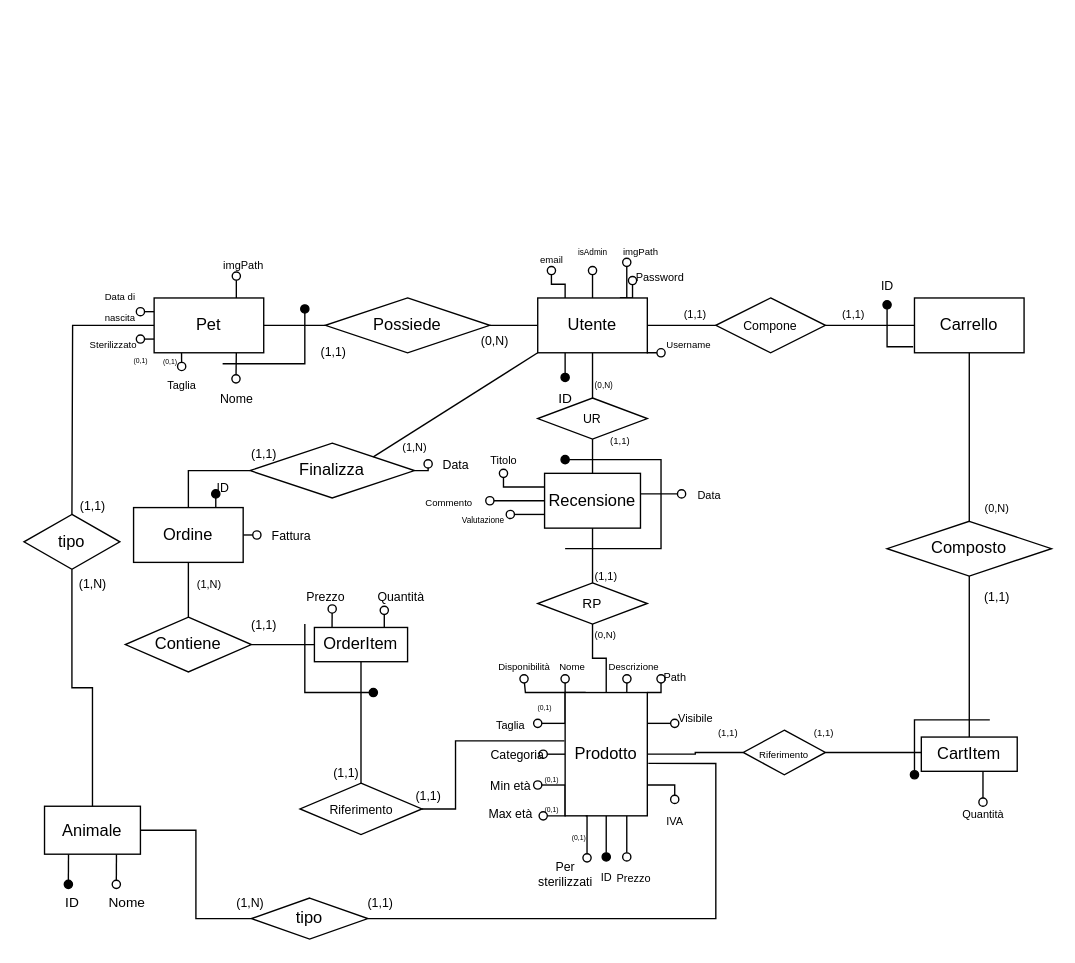
NumberZeroo/TSW_Proj keeps this draw.io diagram as Documenti/DrawIo&Images/DarwinShopNormalized.drawio. Above is the earlier version. Source tidied: cells renumbered, new cells numbered last; positions are measured from the earlier drawing's top-left corner, leaving out a move shared by most shapes. Both pictures are drawn from the tidied source at 137%, with x=0, y=0 at pixel (23, 229).
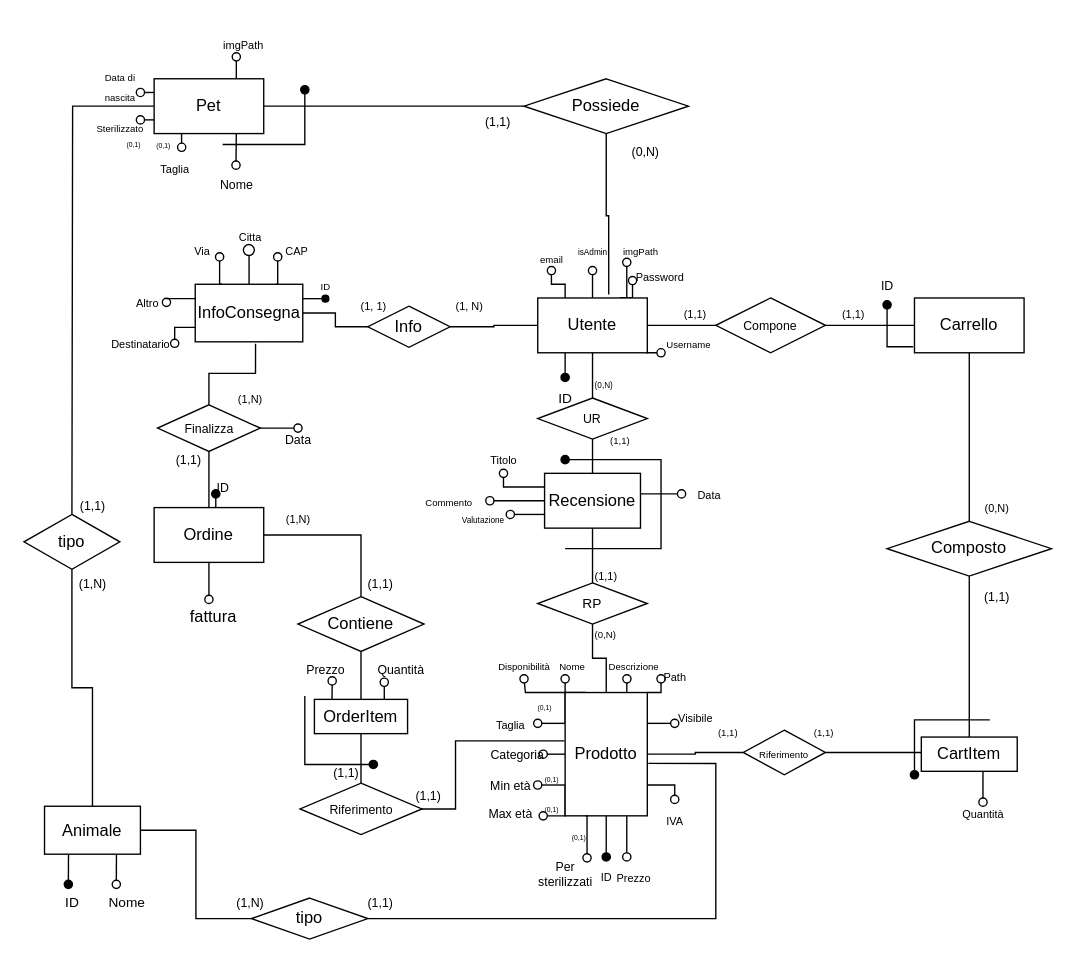
The same page after the edit.

Unchanged cells that the change refers to:
```xml
<mxCell id="9" value="Utente" style="whiteSpace=wrap;html=1;align=center;" parent="1" vertex="1">
  <mxGeometry x="375" y="50" width="80" height="40" as="geometry" />
</mxCell>
```

The edit, as a diff of the source:
```diff
@@
     <mxCell id="17" style="edgeStyle=orthogonalEdgeStyle;rounded=0;jettySize=auto;html=1;exitX=0.25;exitY=1;exitDx=0;exitDy=0;endArrow=oval;endFill=0;" parent="1" edge="1" source="22">
       <mxGeometry relative="1" as="geometry">
-        <mxPoint x="115.1" y="100" as="targetPoint" />
+        <mxPoint x="115.1" y="-60" as="targetPoint" />
       </mxGeometry>
     </mxCell>
     <mxCell id="18" style="edgeStyle=orthogonalEdgeStyle;rounded=0;jettySize=auto;html=1;exitX=0;exitY=0.25;exitDx=0;exitDy=0;endArrow=oval;endFill=0;" parent="1" edge="1" source="22">
       <mxGeometry relative="1" as="geometry">
-        <mxPoint x="85" y="60.1" as="targetPoint" />
+        <mxPoint x="85" y="-99.9" as="targetPoint" />
       </mxGeometry>
     </mxCell>
     <mxCell id="19" style="edgeStyle=orthogonalEdgeStyle;rounded=0;jettySize=auto;html=1;exitX=0;exitY=0.75;exitDx=0;exitDy=0;endArrow=oval;endFill=0;" parent="1" edge="1" source="22">
       <mxGeometry relative="1" as="geometry">
-        <mxPoint x="85" y="80.1" as="targetPoint" />
+        <mxPoint x="85" y="-79.9" as="targetPoint" />
       </mxGeometry>
     </mxCell>
     <mxCell id="20" style="edgeStyle=orthogonalEdgeStyle;rounded=0;jettySize=auto;html=1;exitX=0.75;exitY=0;exitDx=0;exitDy=0;endArrow=circle;endFill=0;endSize=2;" parent="1" edge="1" source="22">
       <mxGeometry relative="1" as="geometry">
-        <mxPoint x="155" y="30" as="targetPoint" />
+        <mxPoint x="155" y="-130" as="targetPoint" />
       </mxGeometry>
     </mxCell>
@@
     <mxCell id="22" value="Pet" style="whiteSpace=wrap;html=1;align=center;" parent="1" vertex="1">
-      <mxGeometry x="95" y="50" width="80" height="40" as="geometry" />
+      <mxGeometry x="95" y="-110" width="80" height="40" as="geometry" />
     </mxCell>
-    <mxCell id="23" style="edgeStyle=orthogonalEdgeStyle;rounded=0;jettySize=auto;html=1;endArrow=none;endFill=0;" parent="1" edge="1" source="24" target="9">
-      <mxGeometry relative="1" as="geometry" />
-    </mxCell>
     <mxCell id="24" value="Possiede" style="shape=rhombus;perimeter=rhombusPerimeter;whiteSpace=wrap;html=1;align=center;" parent="1" vertex="1">
-      <mxGeometry x="220" y="50" width="120" height="40" as="geometry" />
+      <mxGeometry x="365" y="-110" width="120" height="40" as="geometry" />
     </mxCell>
@@
     <mxCell id="44" style="edgeStyle=orthogonalEdgeStyle;rounded=0;jettySize=auto;html=1;exitX=1;exitY=0.5;exitDx=0;exitDy=0;endArrow=oval;endFill=0;" parent="1" edge="1" source="45">
       <mxGeometry relative="1" as="geometry">
-        <mxPoint x="295" y="171.1" as="targetPoint" />
+        <mxPoint x="200" y="145" as="targetPoint" />
       </mxGeometry>
     </mxCell>
-    <mxCell id="45" value="Finalizza" style="shape=rhombus;perimeter=rhombusPerimeter;whiteSpace=wrap;html=1;align=center;" parent="1" vertex="1">
-      <mxGeometry x="165" y="156" width="120" height="40" as="geometry" />
+    <mxCell id="45" value="&lt;font style=&quot;font-size: 9px;&quot;&gt;Finalizza&lt;/font&gt;" style="shape=rhombus;perimeter=rhombusPerimeter;whiteSpace=wrap;html=1;align=center;" parent="1" vertex="1">
+      <mxGeometry x="97.5" y="128" width="75" height="34" as="geometry" />
     </mxCell>
-    <mxCell id="46" style="edgeStyle=orthogonalEdgeStyle;rounded=0;jettySize=auto;html=1;endArrow=none;endFill=0;exitX=0.5;exitY=0;exitDx=0;exitDy=0;entryX=0;entryY=0.5;entryDx=0;entryDy=0;" parent="1" edge="1" source="50" target="45">
+    <mxCell id="46" style="edgeStyle=orthogonalEdgeStyle;rounded=0;jettySize=auto;html=1;endArrow=none;endFill=0;exitX=0.5;exitY=0;exitDx=0;exitDy=0;entryX=0.5;entryY=1;entryDx=0;entryDy=0;" parent="1" edge="1" source="50" target="45">
       <mxGeometry relative="1" as="geometry" />
     </mxCell>
@@
-    <mxCell id="48" style="edgeStyle=orthogonalEdgeStyle;rounded=0;jettySize=auto;html=1;exitX=0.5;exitY=1;exitDx=0;exitDy=0;entryX=0.5;entryY=0;entryDx=0;entryDy=0;endArrow=none;endFill=0;" parent="1" edge="1" source="50" target="58">
+    <mxCell id="48" style="edgeStyle=orthogonalEdgeStyle;rounded=0;jettySize=auto;html=1;exitX=1;exitY=0.5;exitDx=0;exitDy=0;entryX=0.5;entryY=0;entryDx=0;entryDy=0;endArrow=none;endFill=0;" parent="1" edge="1" source="50" target="58">
       <mxGeometry relative="1" as="geometry" />
     </mxCell>
-    <mxCell id="49" style="edgeStyle=orthogonalEdgeStyle;rounded=0;jettySize=auto;html=1;exitX=1;exitY=0.5;exitDx=0;exitDy=0;endArrow=oval;endFill=0;" parent="1" edge="1" source="50">
-      <mxGeometry relative="1" as="geometry">
-        <mxPoint x="170" y="223.1" as="targetPoint" />
-      </mxGeometry>
-    </mxCell>
+    <mxCell id="151" style="edgeStyle=orthogonalEdgeStyle;rounded=0;jettySize=auto;html=1;endArrow=oval;endFill=0;" parent="1" edge="1" source="50">
+      <mxGeometry relative="1" as="geometry">
+        <mxPoint x="135" y="270" as="targetPoint" />
+      </mxGeometry>
+    </mxCell>
     <mxCell id="50" value="Ordine" style="whiteSpace=wrap;html=1;align=center;" parent="1" vertex="1">
-      <mxGeometry x="80" y="203" width="80" height="40" as="geometry" />
+      <mxGeometry x="95" y="203" width="80" height="40" as="geometry" />
     </mxCell>
     <mxCell id="51" value="&lt;font style=&quot;font-size: 9px;&quot;&gt;(0,N)&lt;/font&gt;" style="text;html=1;align=right;verticalAlign=bottom;strokeColor=none;fillColor=none;" parent="1" vertex="1">
-      <mxGeometry x="315" y="60" width="40" height="30" as="geometry" />
+      <mxGeometry x="425" y="-78" width="40" height="30" as="geometry" />
     </mxCell>
     <mxCell id="52" value="&lt;font style=&quot;font-size: 9px;&quot;&gt;(1,1)&lt;/font&gt;" style="text;html=1;align=left;verticalAlign=bottom;strokeColor=none;fillColor=none;" parent="1" vertex="1">
-      <mxGeometry x="215" y="68" width="40" height="30" as="geometry" />
+      <mxGeometry x="335" y="-100" width="40" height="30" as="geometry" />
     </mxCell>
@@
     <mxCell id="58" value="Contiene" style="shape=rhombus;perimeter=rhombusPerimeter;whiteSpace=wrap;html=1;align=center;" parent="1" vertex="1">
-      <mxGeometry x="74" y="283" width="92" height="40" as="geometry" />
+      <mxGeometry x="200" y="268" width="92" height="40" as="geometry" />
     </mxCell>
@@
     <mxCell id="63" value="&lt;font style=&quot;font-size: 9px;&quot;&gt;Nome&lt;/font&gt;" style="text;html=1;align=center;verticalAlign=middle;points=[];strokeColor=none;fillColor=none;" parent="1" vertex="1">
-      <mxGeometry x="130" y="108" width="50" height="30" as="geometry" />
+      <mxGeometry x="130" y="-48" width="50" height="30" as="geometry" />
     </mxCell>
     <mxCell id="64" value="&lt;font style=&quot;font-size: 8px;&quot;&gt;Taglia&lt;/font&gt;" style="text;html=1;align=center;verticalAlign=middle;strokeColor=none;fillColor=none;" parent="1" vertex="1">
-      <mxGeometry x="95" y="98" width="40" height="30" as="geometry" />
+      <mxGeometry x="90" y="-60" width="40" height="30" as="geometry" />
     </mxCell>
     <mxCell id="65" value="&lt;font style=&quot;font-size: 5px;&quot;&gt;(0,1)&lt;br&gt;&lt;/font&gt;" style="text;html=1;align=left;verticalAlign=middle;strokeColor=none;fillColor=none;" parent="1" vertex="1">
-      <mxGeometry x="100" y="80" width="30" height="30" as="geometry" />
+      <mxGeometry x="95" y="-78" width="30" height="30" as="geometry" />
     </mxCell>
@@
     <mxCell id="69" value="&lt;blockquote&gt;&lt;div align=&quot;justify&quot;&gt;&lt;font style=&quot;font-size: 7px;&quot;&gt;Data di&lt;/font&gt;&lt;br&gt;&lt;font style=&quot;font-size: 7px;&quot;&gt;nascita&lt;/font&gt;&lt;br&gt;&lt;/div&gt;&lt;/blockquote&gt;" style="text;html=1;align=center;verticalAlign=middle;strokeColor=none;fillColor=none;" parent="1" vertex="1">
-      <mxGeometry x="5" y="20" width="130" height="70" as="geometry" />
+      <mxGeometry x="5" y="-140" width="130" height="70" as="geometry" />
     </mxCell>
     <mxCell id="70" value="&lt;font style=&quot;font-size: 7px;&quot;&gt;Sterilizzato&lt;/font&gt;" style="text;html=1;align=center;verticalAlign=middle;strokeColor=none;fillColor=none;" parent="1" vertex="1">
-      <mxGeometry x="35" y="68" width="60" height="30" as="geometry" />
+      <mxGeometry x="40" y="-90" width="60" height="30" as="geometry" />
     </mxCell>
     <mxCell id="71" value="&lt;font style=&quot;font-size: 5px;&quot;&gt;(0,1)&lt;/font&gt;" style="text;html=1;align=center;verticalAlign=top;strokeColor=none;fillColor=none;horizontal=1;" parent="1" vertex="1">
-      <mxGeometry x="70" y="80" width="30" height="30" as="geometry" />
+      <mxGeometry x="65" y="-78" width="30" height="30" as="geometry" />
     </mxCell>
@@
     <mxCell id="73" value="&lt;font style=&quot;font-size: 9px;&quot;&gt;Data&lt;/font&gt;" style="text;html=1;align=center;verticalAlign=middle;strokeColor=none;fillColor=none;" parent="1" vertex="1">
-      <mxGeometry x="295" y="156" width="40" height="30" as="geometry" />
+      <mxGeometry x="180" y="138" width="40" height="30" as="geometry" />
     </mxCell>
@@
     <mxCell id="100" value="&lt;font style=&quot;font-size: 8px;&quot;&gt;imgPath&lt;/font&gt;" style="text;html=1;align=center;verticalAlign=middle;strokeColor=none;fillColor=none;" parent="1" vertex="1">
-      <mxGeometry x="135" y="10" width="50" height="30" as="geometry" />
+      <mxGeometry x="135" y="-150" width="50" height="30" as="geometry" />
     </mxCell>
@@
-    <mxCell id="112" value="&lt;font style=&quot;font-size: 9px;&quot;&gt;Fattura&lt;/font&gt;" style="text;html=1;align=center;verticalAlign=middle;strokeColor=none;fillColor=none;" parent="1" vertex="1">
-      <mxGeometry x="170" y="208" width="50" height="30" as="geometry" />
-    </mxCell>
@@
     <mxCell id="115" value="&lt;font style=&quot;font-size: 9px;&quot;&gt;(1,1)&lt;/font&gt;" style="text;html=1;align=center;verticalAlign=middle;strokeColor=none;fillColor=none;" parent="1" vertex="1">
-      <mxGeometry x="155" y="273" width="40" height="30" as="geometry" />
+      <mxGeometry x="240" y="243" width="40" height="30" as="geometry" />
     </mxCell>
     <mxCell id="116" value="&lt;div&gt;&lt;font style=&quot;font-size: 8px;&quot;&gt;(1,N)&lt;/font&gt;&lt;/div&gt;" style="text;html=1;align=center;verticalAlign=middle;strokeColor=none;fillColor=none;" parent="1" vertex="1">
-      <mxGeometry x="115" y="243" width="40" height="30" as="geometry" />
+      <mxGeometry x="180" y="196" width="40" height="30" as="geometry" />
     </mxCell>
     <mxCell id="117" value="&lt;div&gt;&lt;font style=&quot;font-size: 8px;&quot;&gt;(1,N)&lt;/font&gt;&lt;/div&gt;" style="text;html=1;align=center;verticalAlign=middle;strokeColor=none;fillColor=none;" parent="1" vertex="1">
-      <mxGeometry x="265" y="143" width="40" height="30" as="geometry" />
+      <mxGeometry x="145" y="108" width="40" height="30" as="geometry" />
     </mxCell>
     <mxCell id="118" value="&lt;font style=&quot;font-size: 9px;&quot;&gt;(1,1)&lt;/font&gt;" style="text;html=1;align=center;verticalAlign=middle;strokeColor=none;fillColor=none;" parent="1" vertex="1">
-      <mxGeometry x="155" y="148" width="40" height="30" as="geometry" />
+      <mxGeometry x="100" y="153" width="40" height="30" as="geometry" />
     </mxCell>
@@
     <mxCell id="121" style="edgeStyle=orthogonalEdgeStyle;rounded=0;jettySize=auto;html=1;exitX=0.75;exitY=0;exitDx=0;exitDy=0;endArrow=oval;endFill=0;" parent="1" edge="1" source="123">
       <mxGeometry relative="1" as="geometry">
-        <mxPoint x="263" y="278" as="targetPoint" />
+        <mxPoint x="263" y="330.5" as="targetPoint" />
       </mxGeometry>
     </mxCell>
     <mxCell id="122" style="edgeStyle=orthogonalEdgeStyle;rounded=0;jettySize=auto;html=1;endArrow=circle;endFill=0;endSize=2;exitX=0.189;exitY=0.042;exitDx=0;exitDy=0;exitPerimeter=0;" parent="1" edge="1" source="123">
       <mxGeometry relative="1" as="geometry">
-        <mxPoint x="225" y="273" as="targetPoint" />
+        <mxPoint x="225" y="325.5" as="targetPoint" />
       </mxGeometry>
     </mxCell>
     <mxCell id="123" value="OrderItem" style="whiteSpace=wrap;html=1;" parent="1" vertex="1">
-      <mxGeometry x="212" y="290.5" width="68" height="25" as="geometry" />
+      <mxGeometry x="212" y="343" width="68" height="25" as="geometry" />
     </mxCell>
-    <mxCell id="124" style="endArrow=none;html=1;rounded=0;exitX=1;exitY=0;exitDx=0;exitDy=0;entryX=0;entryY=1;entryDx=0;entryDy=0;" parent="1" edge="1" source="45" target="9">
-      <mxGeometry relative="1" as="geometry" />
-    </mxCell>
@@
     <mxCell id="126" value="&lt;font style=&quot;font-size: 9px;&quot;&gt;Quantità&lt;/font&gt;" style="text;html=1;align=center;verticalAlign=middle;strokeColor=none;fillColor=none;" parent="1" vertex="1">
-      <mxGeometry x="245" y="253" width="60" height="30" as="geometry" />
+      <mxGeometry x="245" y="305.5" width="60" height="30" as="geometry" />
     </mxCell>
     <mxCell id="127" value="&lt;font style=&quot;font-size: 9px;&quot;&gt;Prezzo&lt;/font&gt;" style="text;html=1;align=center;verticalAlign=middle;strokeColor=none;fillColor=none;" parent="1" vertex="1">
-      <mxGeometry x="195" y="253" width="50" height="30" as="geometry" />
+      <mxGeometry x="195" y="305.5" width="50" height="30" as="geometry" />
     </mxCell>
@@
     <mxCell id="132" style="endArrow=oval;html=1;rounded=0;endFill=1;strokeColor=default;" parent="1" edge="1">
       <mxGeometry relative="1" as="geometry">
-        <mxPoint x="205" y="288" as="sourcePoint" />
-        <mxPoint x="255" y="338" as="targetPoint" />
+        <mxPoint x="205" y="340.5" as="sourcePoint" />
+        <mxPoint x="255" y="390.5" as="targetPoint" />
         <Array as="points">
-          <mxPoint x="205" y="338" />
+          <mxPoint x="205" y="390.5" />
         </Array>
       </mxGeometry>
     </mxCell>
@@
     <mxCell id="149" style="edgeStyle=none;orthogonalLoop=1;jettySize=auto;html=1;rounded=0;endArrow=oval;endFill=1;" parent="1" edge="1">
       <mxGeometry relative="1" as="geometry">
-        <mxPoint x="145" y="98" as="sourcePoint" />
-        <mxPoint x="205" y="58" as="targetPoint" />
+        <mxPoint x="145" y="-62" as="sourcePoint" />
+        <mxPoint x="205" y="-102" as="targetPoint" />
         <Array as="points">
-          <mxPoint x="205" y="98" />
+          <mxPoint x="205" y="-62" />
         </Array>
       </mxGeometry>
     </mxCell>
@@
+    <mxCell id="23" style="edgeStyle=orthogonalEdgeStyle;rounded=0;jettySize=auto;html=1;entryX=0.648;entryY=-0.062;entryDx=0;entryDy=0;entryPerimeter=0;endArrow=none;endFill=0;" parent="1" edge="1" source="24" target="9">
+      <mxGeometry relative="1" as="geometry" />
+    </mxCell>
+    <mxCell id="152" style="edgeStyle=orthogonalEdgeStyle;rounded=0;jettySize=auto;html=1;endArrow=circle;endFill=0;endSize=3;" parent="1" edge="1" source="159">
+      <mxGeometry relative="1" as="geometry">
+        <mxPoint x="164" y="10" as="targetPoint" />
+      </mxGeometry>
+    </mxCell>
+    <mxCell id="153" style="edgeStyle=orthogonalEdgeStyle;rounded=0;jettySize=auto;html=1;exitX=0.75;exitY=0;exitDx=0;exitDy=0;endArrow=oval;endFill=0;" parent="1" edge="1" source="159">
+      <mxGeometry relative="1" as="geometry">
+        <mxPoint x="185.2" y="20" as="targetPoint" />
+      </mxGeometry>
+    </mxCell>
+    <mxCell id="154" style="edgeStyle=orthogonalEdgeStyle;rounded=0;jettySize=auto;html=1;exitX=0.25;exitY=0;exitDx=0;exitDy=0;endArrow=oval;endFill=0;" parent="1" edge="1" source="159">
+      <mxGeometry relative="1" as="geometry">
+        <mxPoint x="142.8" y="20" as="targetPoint" />
+      </mxGeometry>
+    </mxCell>
+    <mxCell id="155" style="edgeStyle=orthogonalEdgeStyle;rounded=0;jettySize=auto;html=1;exitX=0;exitY=0.25;exitDx=0;exitDy=0;endArrow=oval;endFill=0;" parent="1" edge="1" source="159">
+      <mxGeometry relative="1" as="geometry">
+        <mxPoint x="104" y="53.2" as="targetPoint" />
+      </mxGeometry>
+    </mxCell>
+    <mxCell id="156" style="edgeStyle=orthogonalEdgeStyle;rounded=0;jettySize=auto;html=1;entryX=0;entryY=0.5;entryDx=0;entryDy=0;endArrow=none;endFill=0;" parent="1" edge="1" source="159" target="165">
+      <mxGeometry relative="1" as="geometry" />
+    </mxCell>
+    <mxCell id="157" style="edgeStyle=orthogonalEdgeStyle;rounded=0;jettySize=auto;html=1;exitX=1;exitY=0.25;exitDx=0;exitDy=0;endArrow=oval;endFill=1;endSize=5;" parent="1" edge="1" source="159">
+      <mxGeometry relative="1" as="geometry">
+        <mxPoint x="220" y="50" as="targetPoint" />
+      </mxGeometry>
+    </mxCell>
+    <mxCell id="158" style="edgeStyle=orthogonalEdgeStyle;rounded=0;jettySize=auto;html=1;exitX=0;exitY=0.75;exitDx=0;exitDy=0;endArrow=oval;endFill=0;" parent="1" edge="1" source="159">
+      <mxGeometry relative="1" as="geometry">
+        <mxPoint x="110" y="83.1" as="targetPoint" />
+      </mxGeometry>
+    </mxCell>
+    <mxCell id="159" value="InfoConsegna" style="whiteSpace=wrap;html=1;" parent="1" vertex="1">
+      <mxGeometry x="125" y="40" width="78.5" height="42" as="geometry" />
+    </mxCell>
+    <mxCell id="160" value="&lt;font style=&quot;font-size: 8px;&quot;&gt;Citta&lt;/font&gt;" style="text;html=1;align=center;verticalAlign=middle;strokeColor=none;fillColor=none;" parent="1" vertex="1">
+      <mxGeometry x="145" y="-10" width="40" height="30" as="geometry" />
+    </mxCell>
+    <mxCell id="161" value="&lt;font style=&quot;font-size: 8px;&quot;&gt;CAP&lt;/font&gt;" style="text;html=1;align=center;verticalAlign=middle;strokeColor=none;fillColor=none;" parent="1" vertex="1">
+      <mxGeometry x="179" width="40" height="30" as="geometry" />
+    </mxCell>
+    <mxCell id="162" value="&lt;font style=&quot;font-size: 8px;&quot;&gt;Via&lt;/font&gt;" style="text;html=1;align=center;verticalAlign=middle;strokeColor=none;fillColor=none;" parent="1" vertex="1">
+      <mxGeometry x="110" width="40" height="30" as="geometry" />
+    </mxCell>
+    <mxCell id="163" value="&lt;font style=&quot;font-size: 8px;&quot;&gt;Altro&lt;/font&gt;" style="text;html=1;align=center;verticalAlign=middle;strokeColor=none;fillColor=none;" parent="1" vertex="1">
+      <mxGeometry x="70" y="38" width="40" height="30" as="geometry" />
+    </mxCell>
+    <mxCell id="164" style="edgeStyle=orthogonalEdgeStyle;rounded=0;jettySize=auto;html=1;entryX=0;entryY=0.5;entryDx=0;entryDy=0;endArrow=none;endFill=0;" parent="1" edge="1" source="165" target="9">
+      <mxGeometry relative="1" as="geometry" />
+    </mxCell>
+    <mxCell id="165" value="Info" style="rhombus;whiteSpace=wrap;html=1;" parent="1" vertex="1">
+      <mxGeometry x="251" y="56" width="60" height="30" as="geometry" />
+    </mxCell>
+    <mxCell id="166" value="&lt;font style=&quot;font-size: 7px;&quot;&gt;ID&lt;/font&gt;" style="text;html=1;align=center;verticalAlign=middle;strokeColor=none;fillColor=none;" parent="1" vertex="1">
+      <mxGeometry x="205" y="26" width="30" height="30" as="geometry" />
+    </mxCell>
+    <mxCell id="167" value="&lt;font style=&quot;font-size: 8px;&quot;&gt;(1, 1)&lt;br&gt;&lt;/font&gt;" style="text;html=1;align=center;verticalAlign=middle;strokeColor=none;fillColor=none;" parent="1" vertex="1">
+      <mxGeometry x="235" y="40" width="40" height="30" as="geometry" />
+    </mxCell>
+    <mxCell id="168" value="&lt;font style=&quot;font-size: 8px;&quot;&gt;(1, N)&lt;br&gt;&lt;/font&gt;" style="text;html=1;align=center;verticalAlign=middle;strokeColor=none;fillColor=none;" parent="1" vertex="1">
+      <mxGeometry x="305" y="40" width="40" height="30" as="geometry" />
+    </mxCell>
+    <mxCell id="169" value="&lt;font style=&quot;font-size: 8px;&quot;&gt;Destinatario&lt;/font&gt;" style="text;html=1;align=center;verticalAlign=middle;strokeColor=none;fillColor=none;" parent="1" vertex="1">
+      <mxGeometry x="50" y="68" width="70" height="30" as="geometry" />
+    </mxCell>
+    <mxCell id="170" style="edgeStyle=orthogonalEdgeStyle;rounded=0;orthogonalLoop=1;jettySize=auto;html=1;exitX=0.5;exitY=1;exitDx=0;exitDy=0;" parent="1" edge="1" source="45" target="45">
+      <mxGeometry relative="1" as="geometry" />
+    </mxCell>
+    <mxCell id="171" style="edgeStyle=orthogonalEdgeStyle;rounded=0;jettySize=auto;html=1;exitX=0.5;exitY=0;exitDx=0;exitDy=0;entryX=0.561;entryY=1.033;entryDx=0;entryDy=0;entryPerimeter=0;endArrow=none;endFill=0;" parent="1" edge="1" source="45" target="159">
+      <mxGeometry relative="1" as="geometry" />
+    </mxCell>
+    <mxCell id="172" value="fattura" style="text;html=1;align=center;verticalAlign=middle;strokeColor=none;fillColor=none;" parent="1" vertex="1">
+      <mxGeometry x="107.5" y="268" width="60" height="30" as="geometry" />
+    </mxCell>
```
